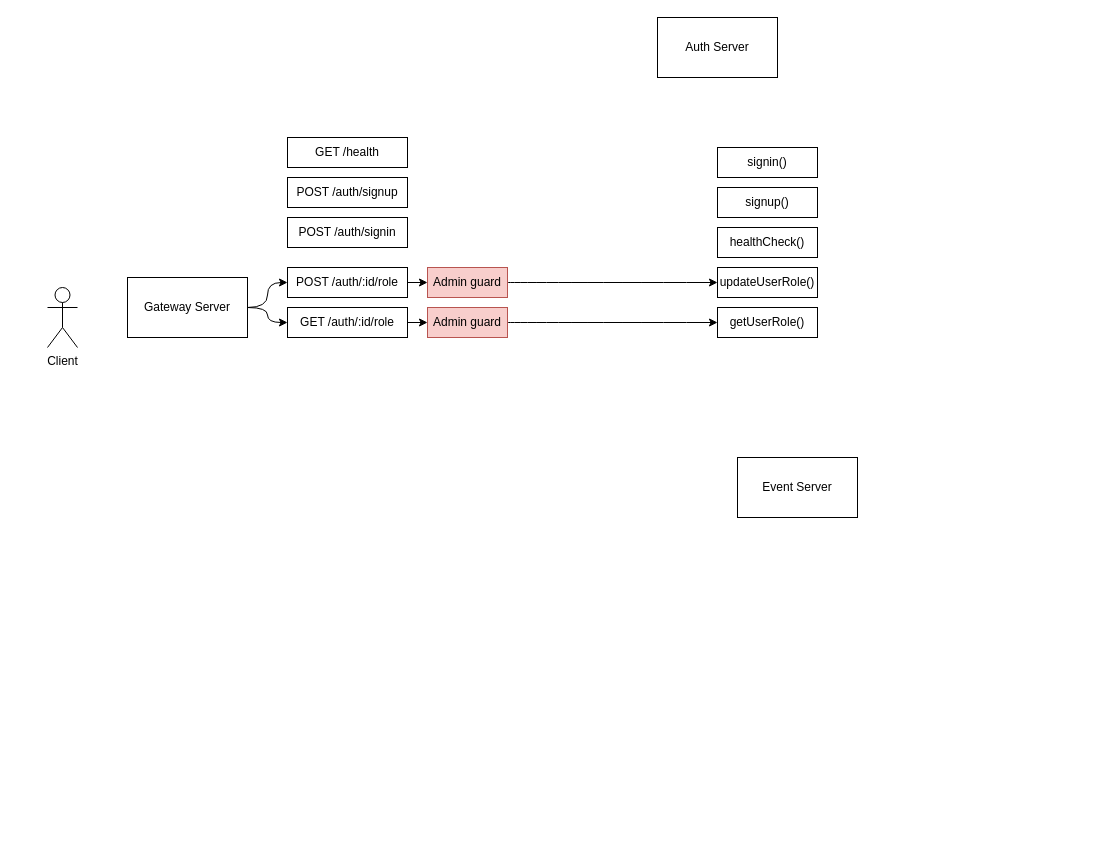
The draw.io diagram page "architecture-detail" (2 of 6) of documents/diagram/diagram.drawio in thursdaycurry/nestjs-msa-eventEngine, before the edit. Source tidied: cells renumbered, new cells numbered last; positions are measured from the earlier drawing's top-left corner, leaving out a move shared by most shapes. Both pictures are drawn from the tidied source at 100%, with x=0, y=0 at pixel (47, 17).
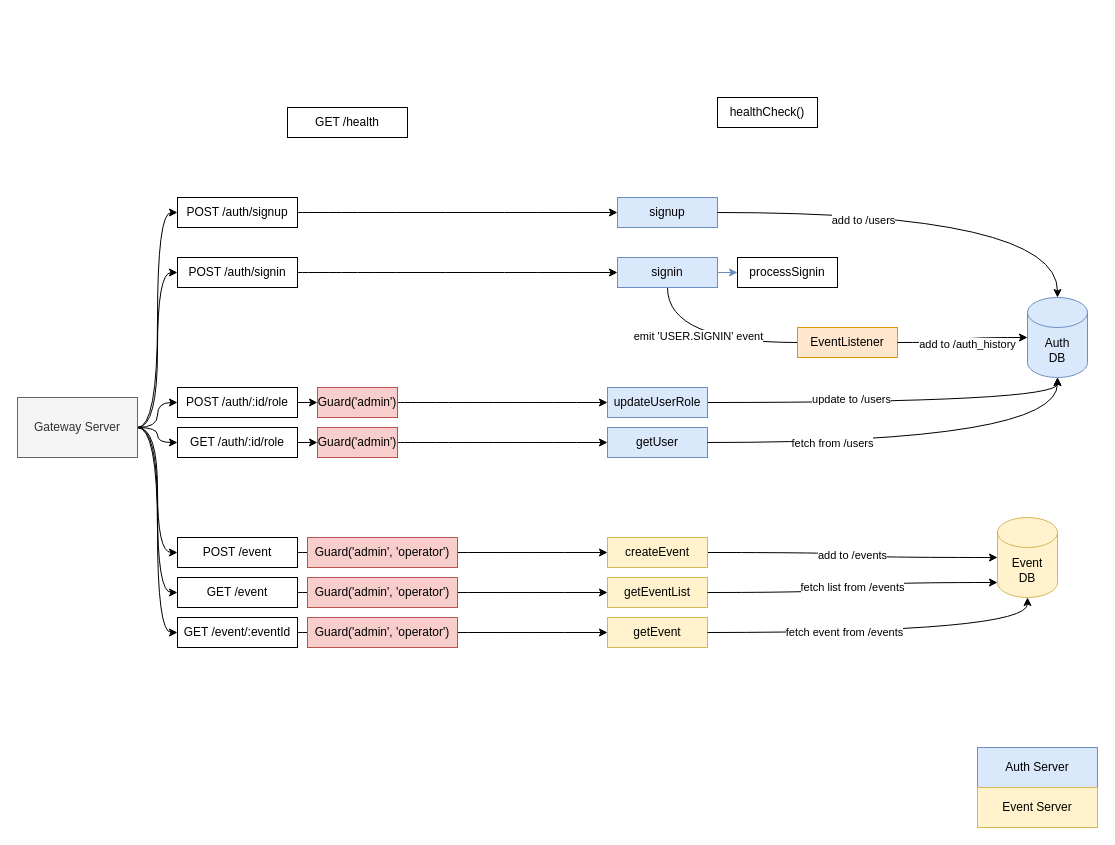
Above is the later version.

Commit message (it also covers changes not shown here):
documents: update rest-client and diagrams

The edit, as a diff of the source:
```diff
@@
-    <mxCell id="2" value="Auth Server" style="rounded=0;whiteSpace=wrap;html=1;" parent="1" vertex="1">
-      <mxGeometry x="610" width="120" height="60" as="geometry" />
+    <mxCell id="2" value="Auth Server" style="rounded=0;whiteSpace=wrap;html=1;fillColor=#dae8fc;strokeColor=#6c8ebf;" parent="1" vertex="1">
+      <mxGeometry x="930" y="730" width="120" height="40" as="geometry" />
     </mxCell>
-    <mxCell id="3" value="Client" style="shape=umlActor;verticalLabelPosition=bottom;verticalAlign=top;html=1;" parent="1" vertex="1">
-      <mxGeometry y="270" width="30" height="60" as="geometry" />
-    </mxCell>
+    <mxCell id="24" style="edgeStyle=orthogonalEdgeStyle;curved=1;rounded=0;jettySize=auto;html=1;" parent="1" edge="1" source="4" target="11">
+      <mxGeometry relative="1" as="geometry" />
+    </mxCell>
     <mxCell id="4" value="POST /auth/signup" style="rounded=0;whiteSpace=wrap;html=1;" parent="1" vertex="1">
-      <mxGeometry x="240" y="160" width="120" height="30" as="geometry" />
+      <mxGeometry x="130" y="180" width="120" height="30" as="geometry" />
     </mxCell>
-    <mxCell id="5" value="Event Server" style="rounded=0;whiteSpace=wrap;html=1;" parent="1" vertex="1">
-      <mxGeometry x="690" y="440" width="120" height="60" as="geometry" />
+    <mxCell id="5" value="Event Server" style="rounded=0;whiteSpace=wrap;html=1;fillColor=#fff2cc;strokeColor=#d6b656;" parent="1" vertex="1">
+      <mxGeometry x="930" y="770" width="120" height="40" as="geometry" />
     </mxCell>
@@
+    <mxCell id="25" style="edgeStyle=orthogonalEdgeStyle;curved=1;rounded=0;jettySize=auto;html=1;exitX=1;exitY=0.5;exitDx=0;exitDy=0;entryX=0;entryY=0.5;entryDx=0;entryDy=0;" parent="1" edge="1" source="8" target="46">
+      <mxGeometry relative="1" as="geometry" />
+    </mxCell>
+    <mxCell id="26" style="edgeStyle=orthogonalEdgeStyle;curved=1;rounded=0;jettySize=auto;html=1;exitX=1;exitY=0.5;exitDx=0;exitDy=0;entryX=0;entryY=0.5;entryDx=0;entryDy=0;" parent="1" edge="1" source="8" target="48">
+      <mxGeometry relative="1" as="geometry" />
+    </mxCell>
+    <mxCell id="27" style="edgeStyle=orthogonalEdgeStyle;curved=1;rounded=0;jettySize=auto;html=1;entryX=0;entryY=0.5;entryDx=0;entryDy=0;" parent="1" edge="1" source="8" target="52">
+      <mxGeometry relative="1" as="geometry" />
+    </mxCell>
+    <mxCell id="28" style="edgeStyle=orthogonalEdgeStyle;curved=1;rounded=0;jettySize=auto;html=1;exitX=1;exitY=0.5;exitDx=0;exitDy=0;entryX=0;entryY=0.5;entryDx=0;entryDy=0;" parent="1" edge="1" source="8" target="4">
+      <mxGeometry relative="1" as="geometry" />
+    </mxCell>
+    <mxCell id="29" style="edgeStyle=orthogonalEdgeStyle;curved=1;rounded=0;jettySize=auto;html=1;exitX=1;exitY=0.5;exitDx=0;exitDy=0;entryX=0;entryY=0.5;entryDx=0;entryDy=0;" parent="1" edge="1" source="8" target="9">
+      <mxGeometry relative="1" as="geometry" />
+    </mxCell>
-    <mxCell id="8" value="Gateway Server" style="rounded=0;whiteSpace=wrap;html=1;" parent="1" vertex="1">
-      <mxGeometry x="80" y="260" width="120" height="60" as="geometry" />
+    <mxCell id="8" value="Gateway Server" style="rounded=0;whiteSpace=wrap;html=1;fillColor=#f5f5f5;fontColor=#333333;strokeColor=#666666;" parent="1" vertex="1">
+      <mxGeometry x="-30" y="380" width="120" height="60" as="geometry" />
     </mxCell>
+    <mxCell id="30" style="edgeStyle=orthogonalEdgeStyle;curved=1;rounded=0;jettySize=auto;html=1;" parent="1" edge="1" source="9" target="10">
+      <mxGeometry relative="1" as="geometry" />
+    </mxCell>
     <mxCell id="9" value="POST /auth/signin" style="rounded=0;whiteSpace=wrap;html=1;" parent="1" vertex="1">
-      <mxGeometry x="240" y="200" width="120" height="30" as="geometry" />
+      <mxGeometry x="130" y="240" width="120" height="30" as="geometry" />
     </mxCell>
+    <mxCell id="31" style="edgeStyle=orthogonalEdgeStyle;curved=1;rounded=0;jettySize=auto;html=1;exitX=1;exitY=0.5;exitDx=0;exitDy=0;fillColor=#dae8fc;strokeColor=#6c8ebf;" parent="1" edge="1" source="10" target="37">
+      <mxGeometry relative="1" as="geometry" />
+    </mxCell>
+    <mxCell id="32" style="edgeStyle=orthogonalEdgeStyle;curved=1;rounded=0;jettySize=auto;html=1;exitX=0.5;exitY=1;exitDx=0;exitDy=0;entryX=0;entryY=0.5;entryDx=0;entryDy=0;endArrow=none;startFill=0;" parent="1" edge="1" source="10" target="36">
+      <mxGeometry relative="1" as="geometry" />
+    </mxCell>
+    <mxCell id="33" value="emit 'USER.SIGNIN' event" style="edgeLabel;html=1;align=center;verticalAlign=middle;" parent="32" vertex="1">
+      <mxGeometry x="0.22" y="6" relative="1" as="geometry">
+        <mxPoint x="-28" y="-1" as="offset" />
+      </mxGeometry>
+    </mxCell>
-    <mxCell id="10" value="signin()" style="rounded=0;whiteSpace=wrap;html=1;" parent="1" vertex="1">
-      <mxGeometry x="670" y="130" width="100" height="30" as="geometry" />
+    <mxCell id="10" value="signin" style="rounded=0;whiteSpace=wrap;html=1;fillColor=#dae8fc;strokeColor=#6c8ebf;" parent="1" vertex="1">
+      <mxGeometry x="570" y="240" width="100" height="30" as="geometry" />
     </mxCell>
-    <mxCell id="11" value="signup()" style="rounded=0;whiteSpace=wrap;html=1;" parent="1" vertex="1">
-      <mxGeometry x="670" y="170" width="100" height="30" as="geometry" />
+    <mxCell id="11" value="signup" style="rounded=0;whiteSpace=wrap;html=1;fillColor=#dae8fc;strokeColor=#6c8ebf;" parent="1" vertex="1">
+      <mxGeometry x="570" y="180" width="100" height="30" as="geometry" />
     </mxCell>
     <mxCell id="12" value="healthCheck()" style="rounded=0;whiteSpace=wrap;html=1;" parent="1" vertex="1">
-      <mxGeometry x="670" y="210" width="100" height="30" as="geometry" />
+      <mxGeometry x="670" y="80" width="100" height="30" as="geometry" />
     </mxCell>
     <mxCell id="13" value="GET /health" style="rounded=0;whiteSpace=wrap;html=1;" parent="1" vertex="1">
-      <mxGeometry x="240" y="120" width="120" height="30" as="geometry" />
+      <mxGeometry x="240" y="90" width="120" height="30" as="geometry" />
     </mxCell>
+    <mxCell id="34" style="edgeStyle=orthogonalEdgeStyle;curved=1;rounded=0;jettySize=auto;html=1;" parent="1" edge="1" source="14" target="40">
+      <mxGeometry relative="1" as="geometry" />
+    </mxCell>
+    <mxCell id="35" value="update to /users" style="edgeLabel;html=1;align=center;verticalAlign=middle;" parent="34" vertex="1">
+      <mxGeometry x="-0.23" y="4" relative="1" as="geometry">
+        <mxPoint x="-1" as="offset" />
+      </mxGeometry>
+    </mxCell>
-    <mxCell id="14" value="updateUserRole()" style="rounded=0;whiteSpace=wrap;html=1;" parent="1" vertex="1">
-      <mxGeometry x="670" y="250" width="100" height="30" as="geometry" />
+    <mxCell id="14" value="updateUserRole" style="rounded=0;whiteSpace=wrap;html=1;fillColor=#dae8fc;strokeColor=#6c8ebf;" parent="1" vertex="1">
+      <mxGeometry x="560" y="370" width="100" height="30" as="geometry" />
     </mxCell>
@@
     <mxCell id="16" value="POST /auth/:id/role" style="rounded=0;whiteSpace=wrap;html=1;" parent="1" vertex="1">
-      <mxGeometry x="240" y="250" width="120" height="30" as="geometry" />
+      <mxGeometry x="130" y="370" width="120" height="30" as="geometry" />
     </mxCell>
-    <mxCell id="17" value="get&lt;span style=&quot;background-color: transparent; color: light-dark(rgb(0, 0, 0), rgb(255, 255, 255));&quot;&gt;UserRole()&lt;/span&gt;" style="rounded=0;whiteSpace=wrap;html=1;" parent="1" vertex="1">
-      <mxGeometry x="670" y="290" width="100" height="30" as="geometry" />
+    <mxCell id="17" value="get&lt;span style=&quot;background-color: transparent; color: light-dark(rgb(0, 0, 0), rgb(255, 255, 255));&quot;&gt;User&lt;/span&gt;" style="rounded=0;whiteSpace=wrap;html=1;fillColor=#dae8fc;strokeColor=#6c8ebf;" parent="1" vertex="1">
+      <mxGeometry x="560" y="410" width="100" height="30" as="geometry" />
     </mxCell>
@@
     <mxCell id="19" value="GET /auth/:id/role" style="rounded=0;whiteSpace=wrap;html=1;" parent="1" vertex="1">
-      <mxGeometry x="240" y="290" width="120" height="30" as="geometry" />
+      <mxGeometry x="130" y="410" width="120" height="30" as="geometry" />
     </mxCell>
@@
-    <mxCell id="21" value="Admin guard" style="rounded=0;whiteSpace=wrap;html=1;fillColor=#f8cecc;strokeColor=#b85450;" parent="1" vertex="1">
-      <mxGeometry x="380" y="250" width="80" height="30" as="geometry" />
+    <mxCell id="21" value="Guard('admin')" style="rounded=0;whiteSpace=wrap;html=1;fillColor=#f8cecc;strokeColor=#b85450;" parent="1" vertex="1">
+      <mxGeometry x="270" y="370" width="80" height="30" as="geometry" />
     </mxCell>
@@
-    <mxCell id="23" value="Admin guard" style="rounded=0;whiteSpace=wrap;html=1;fillColor=#f8cecc;strokeColor=#b85450;" parent="1" vertex="1">
-      <mxGeometry x="380" y="290" width="80" height="30" as="geometry" />
+    <mxCell id="23" value="Guard('admin')" style="rounded=0;whiteSpace=wrap;html=1;fillColor=#f8cecc;strokeColor=#b85450;" parent="1" vertex="1">
+      <mxGeometry x="270" y="410" width="80" height="30" as="geometry" />
     </mxCell>
+    <mxCell id="36" value="EventListener" style="rounded=0;whiteSpace=wrap;html=1;fillColor=#ffe6cc;strokeColor=#d79b00;" parent="1" vertex="1">
+      <mxGeometry x="750" y="310" width="100" height="30" as="geometry" />
+    </mxCell>
+    <mxCell id="37" value="processSignin" style="rounded=0;whiteSpace=wrap;html=1;" parent="1" vertex="1">
+      <mxGeometry x="690" y="240" width="100" height="30" as="geometry" />
+    </mxCell>
+    <mxCell id="38" style="edgeStyle=orthogonalEdgeStyle;curved=1;rounded=0;jettySize=auto;html=1;" parent="1" edge="1" source="11" target="40">
+      <mxGeometry relative="1" as="geometry" />
+    </mxCell>
+    <mxCell id="39" value="add to /users" style="edgeLabel;html=1;align=center;verticalAlign=middle;" parent="38" vertex="1">
+      <mxGeometry x="-0.32" y="-7" relative="1" as="geometry" />
+    </mxCell>
+    <mxCell id="40" value="Auth&lt;div&gt;DB&lt;/div&gt;" style="shape=cylinder3;whiteSpace=wrap;html=1;boundedLbl=1;backgroundOutline=1;size=15;fillColor=#dae8fc;strokeColor=#6c8ebf;" parent="1" vertex="1">
+      <mxGeometry x="980" y="280" width="60" height="80" as="geometry" />
+    </mxCell>
+    <mxCell id="41" style="edgeStyle=orthogonalEdgeStyle;curved=1;rounded=0;jettySize=auto;html=1;entryX=0;entryY=0.5;entryDx=0;entryDy=0;entryPerimeter=0;" parent="1" edge="1" source="36" target="40">
+      <mxGeometry relative="1" as="geometry" />
+    </mxCell>
+    <mxCell id="42" value="add to /auth_history" style="edgeLabel;html=1;align=center;verticalAlign=middle;" parent="41" vertex="1">
+      <mxGeometry x="-0.03" y="-4" relative="1" as="geometry">
+        <mxPoint y="1" as="offset" />
+      </mxGeometry>
+    </mxCell>
+    <mxCell id="43" style="edgeStyle=orthogonalEdgeStyle;curved=1;rounded=0;jettySize=auto;html=1;exitX=1;exitY=0.5;exitDx=0;exitDy=0;entryX=0.5;entryY=1;entryDx=0;entryDy=0;entryPerimeter=0;" parent="1" edge="1" source="17" target="40">
+      <mxGeometry relative="1" as="geometry" />
+    </mxCell>
+    <mxCell id="44" value="fetch from /users" style="edgeLabel;html=1;align=center;verticalAlign=middle;" parent="43" vertex="1">
+      <mxGeometry x="-0.4" relative="1" as="geometry">
+        <mxPoint x="-1" as="offset" />
+      </mxGeometry>
+    </mxCell>
+    <mxCell id="45" style="edgeStyle=orthogonalEdgeStyle;curved=1;rounded=0;jettySize=auto;html=1;exitX=1;exitY=0.5;exitDx=0;exitDy=0;" parent="1" edge="1" source="46" target="55">
+      <mxGeometry relative="1" as="geometry" />
+    </mxCell>
+    <mxCell id="46" value="POST /event" style="rounded=0;whiteSpace=wrap;html=1;" parent="1" vertex="1">
+      <mxGeometry x="130" y="520" width="120" height="30" as="geometry" />
+    </mxCell>
+    <mxCell id="47" style="edgeStyle=orthogonalEdgeStyle;curved=1;rounded=0;jettySize=auto;html=1;exitX=1;exitY=0.5;exitDx=0;exitDy=0;" parent="1" edge="1" source="48" target="56">
+      <mxGeometry relative="1" as="geometry" />
+    </mxCell>
+    <mxCell id="48" value="GET /event" style="rounded=0;whiteSpace=wrap;html=1;" parent="1" vertex="1">
+      <mxGeometry x="130" y="560" width="120" height="30" as="geometry" />
+    </mxCell>
+    <mxCell id="49" value="Guard('admin', 'operator')" style="rounded=0;whiteSpace=wrap;html=1;fillColor=#f8cecc;strokeColor=#b85450;" parent="1" vertex="1">
+      <mxGeometry x="260" y="520" width="150" height="30" as="geometry" />
+    </mxCell>
+    <mxCell id="50" value="Guard('admin', 'operator')" style="rounded=0;whiteSpace=wrap;html=1;fillColor=#f8cecc;strokeColor=#b85450;" parent="1" vertex="1">
+      <mxGeometry x="260" y="560" width="150" height="30" as="geometry" />
+    </mxCell>
+    <mxCell id="51" style="edgeStyle=orthogonalEdgeStyle;curved=1;rounded=0;jettySize=auto;html=1;exitX=1;exitY=0.5;exitDx=0;exitDy=0;entryX=0;entryY=0.5;entryDx=0;entryDy=0;" parent="1" edge="1" source="52" target="57">
+      <mxGeometry relative="1" as="geometry" />
+    </mxCell>
+    <mxCell id="52" value="GET /event/:eventId" style="rounded=0;whiteSpace=wrap;html=1;" parent="1" vertex="1">
+      <mxGeometry x="130" y="600" width="120" height="30" as="geometry" />
+    </mxCell>
+    <mxCell id="53" value="Guard('admin', 'operator')" style="rounded=0;whiteSpace=wrap;html=1;fillColor=#f8cecc;strokeColor=#b85450;" parent="1" vertex="1">
+      <mxGeometry x="260" y="600" width="150" height="30" as="geometry" />
+    </mxCell>
+    <mxCell id="54" value="add to /events" style="edgeStyle=orthogonalEdgeStyle;curved=1;rounded=0;jettySize=auto;html=1;exitX=1;exitY=0.5;exitDx=0;exitDy=0;" parent="1" edge="1" source="55" target="58">
+      <mxGeometry relative="1" as="geometry" />
+    </mxCell>
+    <mxCell id="55" value="createEvent" style="rounded=0;whiteSpace=wrap;html=1;fillColor=#fff2cc;strokeColor=#d6b656;" parent="1" vertex="1">
+      <mxGeometry x="560" y="520" width="100" height="30" as="geometry" />
+    </mxCell>
+    <mxCell id="56" value="getEventList" style="rounded=0;whiteSpace=wrap;html=1;fillColor=#fff2cc;strokeColor=#d6b656;" parent="1" vertex="1">
+      <mxGeometry x="560" y="560" width="100" height="30" as="geometry" />
+    </mxCell>
+    <mxCell id="57" value="getEvent" style="rounded=0;whiteSpace=wrap;html=1;fillColor=#fff2cc;strokeColor=#d6b656;" parent="1" vertex="1">
+      <mxGeometry x="560" y="600" width="100" height="30" as="geometry" />
+    </mxCell>
+    <mxCell id="58" value="Event&lt;div&gt;DB&lt;/div&gt;" style="shape=cylinder3;whiteSpace=wrap;html=1;boundedLbl=1;backgroundOutline=1;size=15;fillColor=#fff2cc;strokeColor=#d6b656;" parent="1" vertex="1">
+      <mxGeometry x="950" y="500" width="60" height="80" as="geometry" />
+    </mxCell>
+    <mxCell id="59" value="fetch list from /events" style="edgeStyle=orthogonalEdgeStyle;curved=1;rounded=0;jettySize=auto;html=1;entryX=0;entryY=1;entryDx=0;entryDy=-15;entryPerimeter=0;" parent="1" edge="1" source="56" target="58">
+      <mxGeometry relative="1" as="geometry" />
+    </mxCell>
+    <mxCell id="60" style="edgeStyle=orthogonalEdgeStyle;curved=1;rounded=0;jettySize=auto;html=1;entryX=0.5;entryY=1;entryDx=0;entryDy=0;entryPerimeter=0;" parent="1" edge="1" source="57" target="58">
+      <mxGeometry relative="1" as="geometry" />
+    </mxCell>
+    <mxCell id="61" value="fetch event from /events" style="edgeLabel;html=1;align=center;verticalAlign=middle;" parent="60" vertex="1">
+      <mxGeometry x="-0.23" y="1" relative="1" as="geometry">
+        <mxPoint x="-1" as="offset" />
+      </mxGeometry>
+    </mxCell>
```
